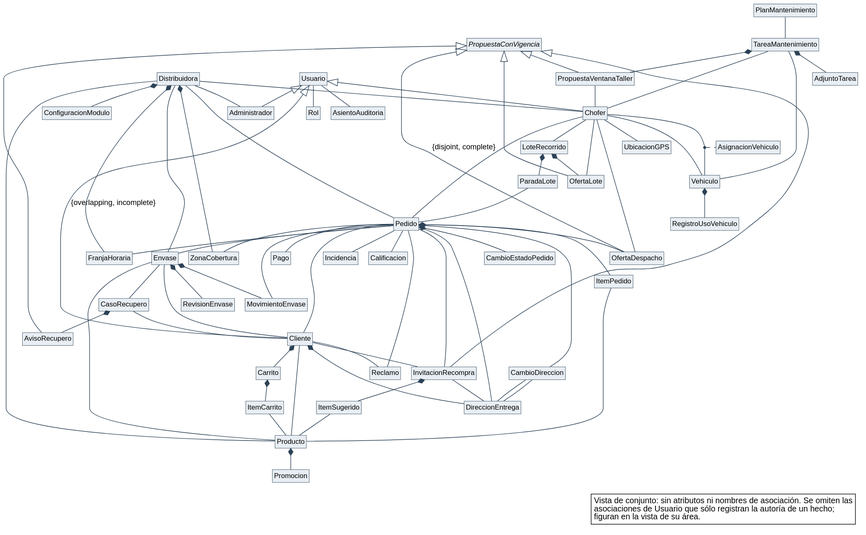
The PlantUML diagram diagramas/modelo-conceptual/MC_General.svg in Nahuelito-Dev/splg-docs, before a commit.
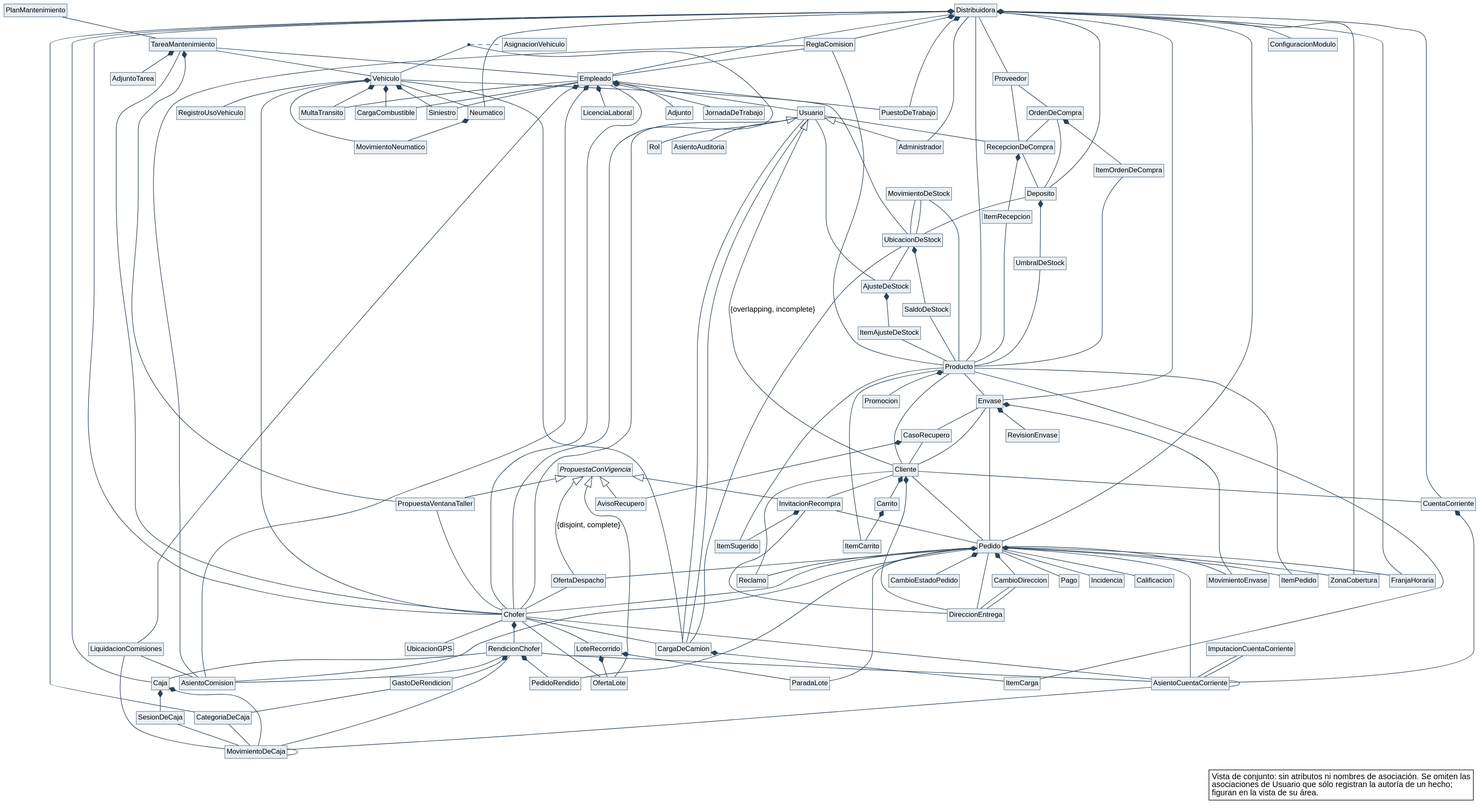
The same diagram one commit later.

The edit, as a diff of the source:
```diff
@@ -80,6 +80,43 @@
 class Reclamo
 class Incidencia
 class Calificacion
+class PuestoDeTrabajo
+class Empleado
+class JornadaDeTrabajo
+class LicenciaLaboral
+class Adjunto
+class CargaCombustible
+class MultaTransito
+class Siniestro
+class Neumatico
+class MovimientoNeumatico
+class Deposito
+class UbicacionDeStock
+class SaldoDeStock
+class MovimientoDeStock
+class UmbralDeStock
+class AjusteDeStock
+class ItemAjusteDeStock
+class CargaDeCamion
+class ItemCarga
+class Proveedor
+class OrdenDeCompra
+class ItemOrdenDeCompra
+class RecepcionDeCompra
+class ItemRecepcion
+class Caja
+class SesionDeCaja
+class CategoriaDeCaja
+class MovimientoDeCaja
+class RendicionChofer
+class PedidoRendido
+class GastoDeRendicion
+class CuentaCorriente
+class AsientoCuentaCorriente
+class ImputacionCuentaCorriente
+class ReglaComision
+class AsientoComision
+class LiquidacionComisiones
 
 Usuario <|-- Cliente : {overlapping, incomplete}
 Usuario <|-- Chofer
@@ -93,6 +130,8 @@
 Usuario -- Rol
 Distribuidora -- Chofer
 Distribuidora -- Administrador
+Distribuidora -- Empleado
+Distribuidora *-- PuestoDeTrabajo
 Distribuidora -- Producto
 Distribuidora -- Envase
 Distribuidora -- Pedido
@@ -149,10 +188,93 @@
 Envase -- CasoRecupero
 CasoRecupero -- Cliente
 CasoRecupero *-- AvisoRecupero
+Empleado -- PuestoDeTrabajo
+Empleado -- Usuario
+Empleado *-- JornadaDeTrabajo
+Empleado *-- LicenciaLaboral
+Empleado *-- Adjunto
+TareaMantenimiento -- Empleado
+Vehiculo *-- CargaCombustible
+Vehiculo *-- MultaTransito
+Vehiculo *-- Siniestro
+Vehiculo -- Neumatico
+Distribuidora *-- Neumatico
+Neumatico *-- MovimientoNeumatico
+MovimientoNeumatico -- Vehiculo
+Empleado -- CargaCombustible
+Empleado -- MultaTransito
+Empleado -- Siniestro
 Pedido -- Reclamo
 Cliente -- Reclamo
 Pedido -- Incidencia
 Pedido -- Calificacion
+Distribuidora -- Deposito
+Distribuidora -- Proveedor
+Deposito -- UbicacionDeStock
+Vehiculo -- UbicacionDeStock
+UbicacionDeStock *-- SaldoDeStock
+SaldoDeStock -- Producto
+MovimientoDeStock -- Producto
+MovimientoDeStock -- UbicacionDeStock
+MovimientoDeStock -- UbicacionDeStock
+Deposito *-- UmbralDeStock
+UmbralDeStock -- Producto
+UbicacionDeStock -- AjusteDeStock
+AjusteDeStock *-- ItemAjusteDeStock
+ItemAjusteDeStock -- Producto
+Usuario -- AjusteDeStock
+Proveedor -- OrdenDeCompra
+OrdenDeCompra -- Deposito
+OrdenDeCompra *-- ItemOrdenDeCompra
+ItemOrdenDeCompra -- Producto
+Proveedor -- RecepcionDeCompra
+OrdenDeCompra -- RecepcionDeCompra
+RecepcionDeCompra -- Deposito
+RecepcionDeCompra *-- ItemRecepcion
+ItemRecepcion -- Producto
+Usuario -- RecepcionDeCompra
+Vehiculo -- CargaDeCamion
+Chofer -- CargaDeCamion
+CargaDeCamion -- UbicacionDeStock
+CargaDeCamion *-- ItemCarga
+ItemCarga -- Producto
+Usuario -- CargaDeCamion
+Usuario -- CargaDeCamion
+Distribuidora *-- Caja
+Distribuidora *-- CategoriaDeCaja
+Distribuidora *-- CuentaCorriente
+Distribuidora *-- ReglaComision
+Caja *-- SesionDeCaja
+Caja *-- MovimientoDeCaja
+SesionDeCaja -- MovimientoDeCaja
+CategoriaDeCaja -- MovimientoDeCaja
+MovimientoDeCaja -- MovimientoDeCaja
+Chofer *-- RendicionChofer
+RendicionChofer -- Caja
+RendicionChofer -- MovimientoDeCaja
+RendicionChofer *-- PedidoRendido
+PedidoRendido -- Pedido
+RendicionChofer *-- GastoDeRendicion
+GastoDeRendicion -- CategoriaDeCaja
+Cliente -- CuentaCorriente
+CuentaCorriente *-- AsientoCuentaCorriente
+Pedido -- AsientoCuentaCorriente
+AsientoCuentaCorriente -- MovimientoDeCaja
+Chofer -- AsientoCuentaCorriente
+RendicionChofer -- AsientoCuentaCorriente
+AsientoCuentaCorriente -- AsientoCuentaCorriente
+ImputacionCuentaCorriente -- AsientoCuentaCorriente
+ImputacionCuentaCorriente -- AsientoCuentaCorriente
+ReglaComision -- Empleado
+ReglaComision -- Producto
+Empleado *-- AsientoComision
+Empleado *-- LiquidacionComisiones
+Empleado -- Chofer
+AsientoComision -- Pedido
+ReglaComision -- AsientoComision
+LiquidacionComisiones -- AsientoComision
+RendicionChofer -- AsientoComision
+LiquidacionComisiones -- MovimientoDeCaja
 (Chofer, Vehiculo) .. AsignacionVehiculo
 
 legend bottom right
```
